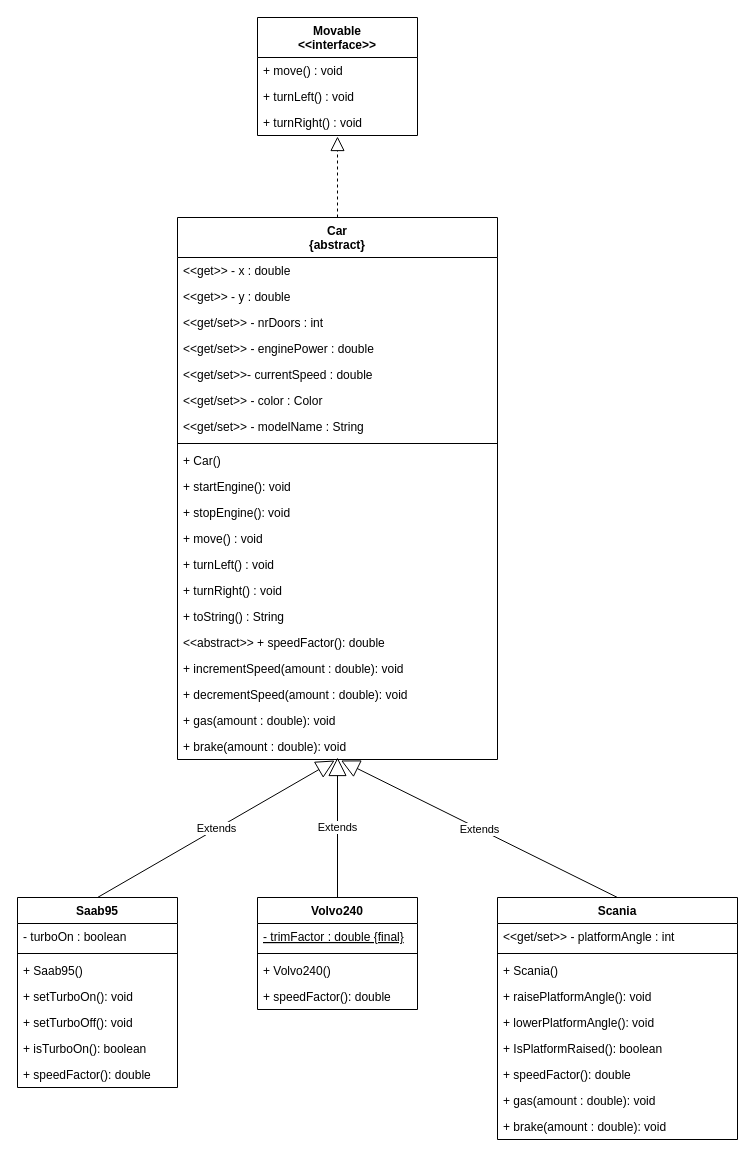
Earlier version of the draw.io diagram Diagram.3.drawio (EugeneDvoryankov/DIT953-lab1). Source tidied: cells renumbered, new cells numbered last; positions are measured from the earlier drawing's top-left corner, leaving out a move shared by most shapes. Both pictures are drawn from the tidied source at 100%, with x=0, y=0 at pixel (17, 17).
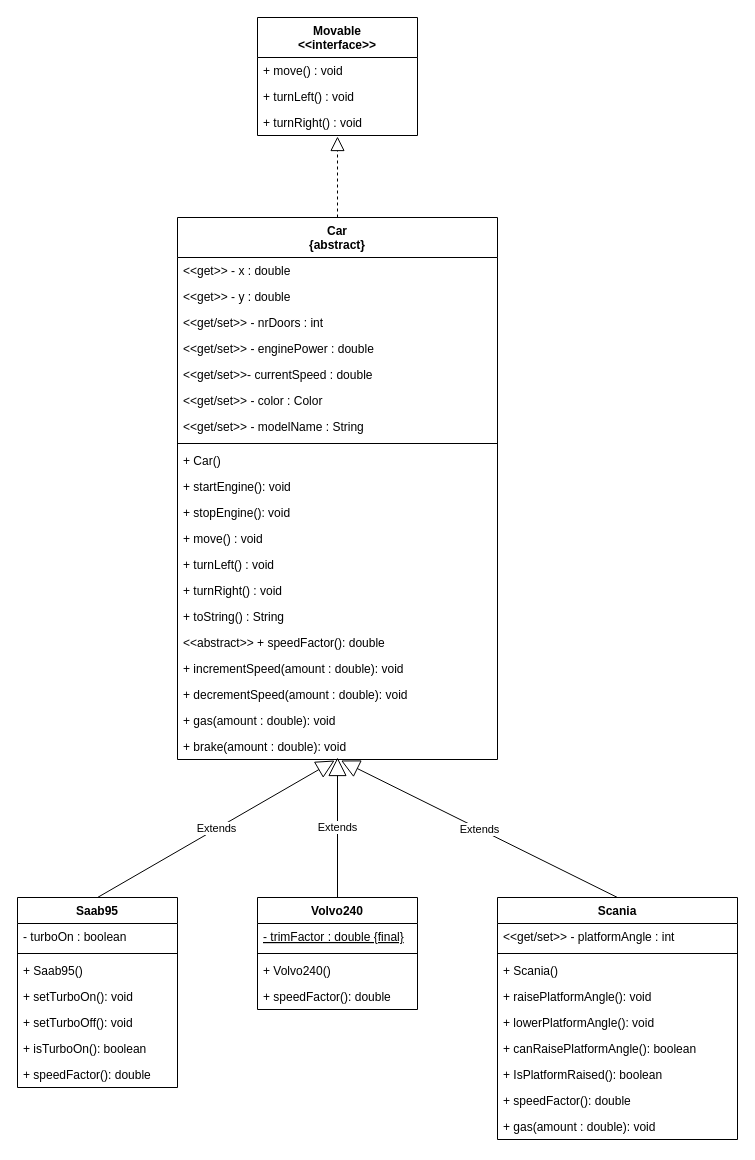
After the change.

Unchanged cells that the change refers to:
```xml
<mxCell id="43" value="Scania" style="swimlane;fontStyle=1;align=center;verticalAlign=top;horizontal=1;startSize=26;" parent="1" vertex="1">
  <mxGeometry x="480" y="880" width="240" height="242" as="geometry" />
</mxCell>
```

Diff of the diagram source:
```diff
@@
+    <mxCell id="54" value="+ canRaisePlatformAngle(): boolean" style="text;strokeColor=none;fillColor=none;align=left;verticalAlign=top;spacingLeft=4;spacingRight=4;overflow=hidden;" parent="43" vertex="1">
+      <mxGeometry y="138" width="240" height="26" as="geometry" />
+    </mxCell>
     <mxCell id="49" value="+ IsPlatformRaised(): boolean" style="text;strokeColor=none;fillColor=none;align=left;verticalAlign=top;spacingLeft=4;spacingRight=4;overflow=hidden;" parent="43" vertex="1">
-      <mxGeometry y="138" width="240" height="26" as="geometry" />
+      <mxGeometry y="164" width="240" height="26" as="geometry" />
     </mxCell>
     <mxCell id="50" value="+ speedFactor(): double" style="text;strokeColor=none;fillColor=none;align=left;verticalAlign=top;spacingLeft=4;spacingRight=4;overflow=hidden;" parent="43" vertex="1">
-      <mxGeometry y="164" width="240" height="26" as="geometry" />
+      <mxGeometry y="190" width="240" height="26" as="geometry" />
     </mxCell>
     <mxCell id="51" value="+ gas(amount : double): void" style="text;strokeColor=none;fillColor=none;align=left;verticalAlign=top;spacingLeft=4;spacingRight=4;overflow=hidden;" parent="43" vertex="1">
-      <mxGeometry y="190" width="240" height="26" as="geometry" />
+      <mxGeometry y="216" width="240" height="26" as="geometry" />
     </mxCell>
-    <mxCell id="52" value="+ brake(amount : double): void" style="text;strokeColor=none;fillColor=none;align=left;verticalAlign=top;spacingLeft=4;spacingRight=4;overflow=hidden;" parent="43" vertex="1">
-      <mxGeometry y="216" width="240" height="26" as="geometry" />
-    </mxCell>
```
